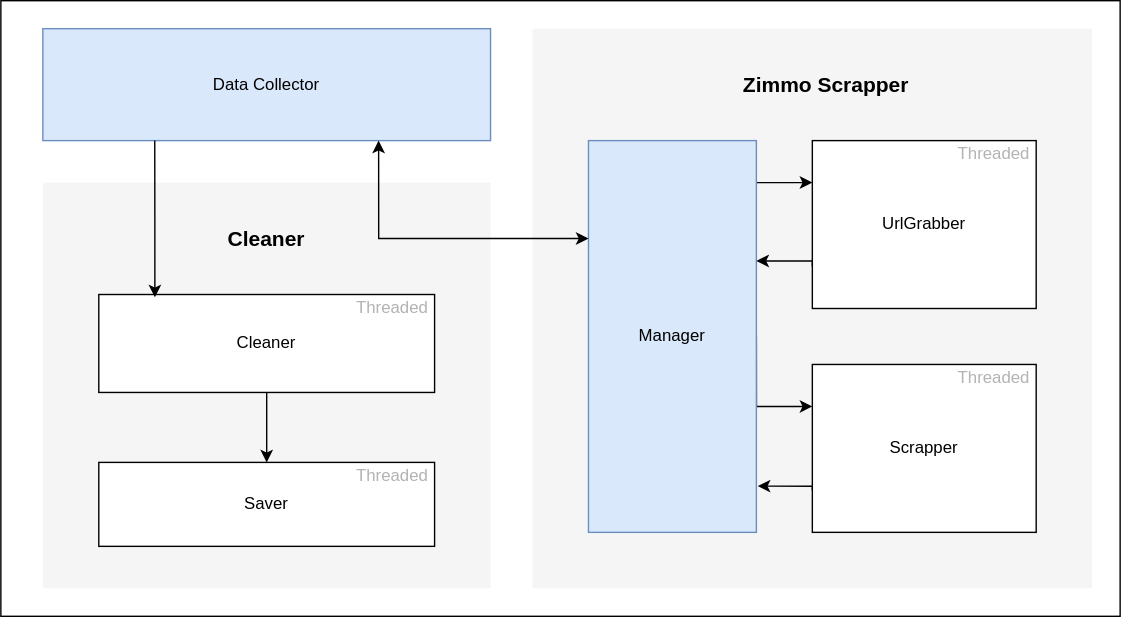
Above: docs/architecture.svg in Joffreybvn/bot-scrape-zimmo (draw.io), before the change. Source tidied: cells renumbered, new cells last; positions are measured from the earlier drawing's top-left corner, leaving out a move shared by most shapes.
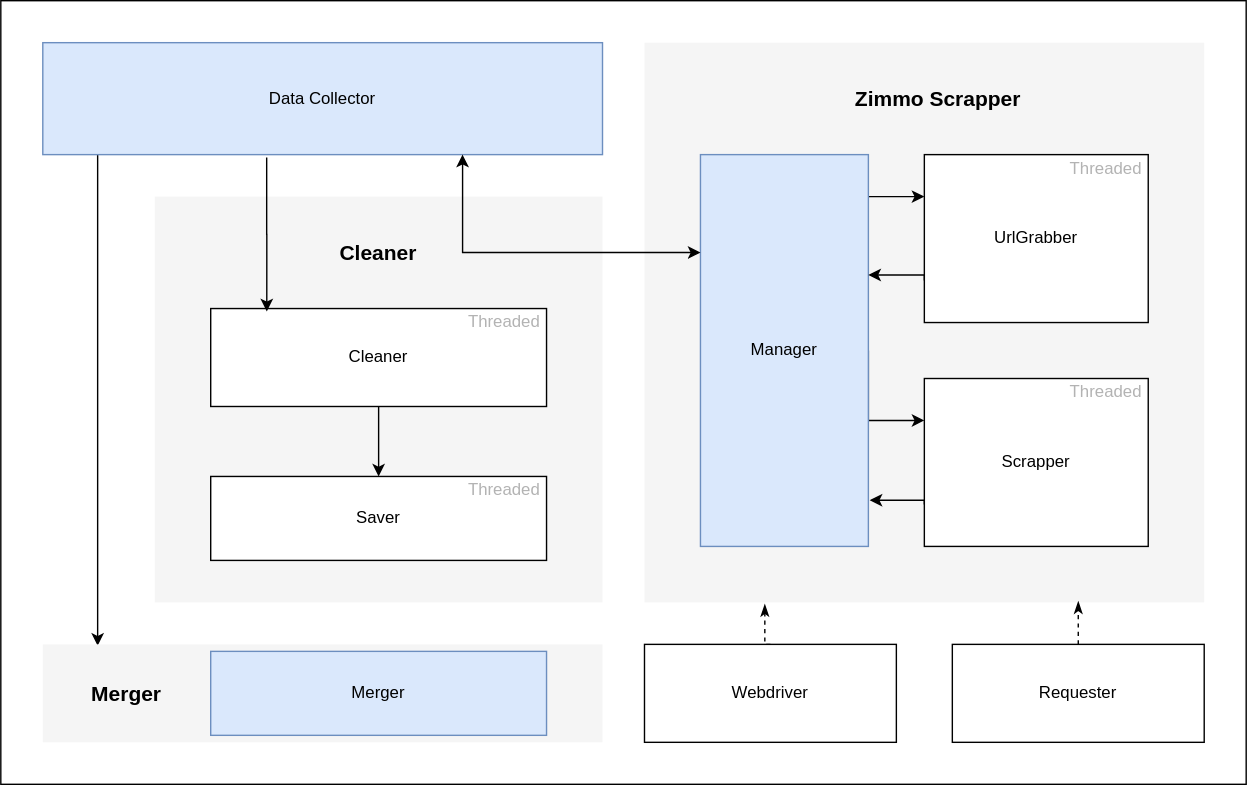
After the change.

Change to the diagram source:
```diff
@@ -3,7 +3,7 @@
     <mxCell id="0" />
     <mxCell id="1" parent="0" />
     <mxCell id="2" style="rounded=0;whiteSpace=wrap;html=1;" parent="1" vertex="1">
-      <mxGeometry width="800" height="440" as="geometry" />
+      <mxGeometry x="-80" y="-10" width="890" height="560" as="geometry" />
     </mxCell>
     <mxCell id="3" style="whiteSpace=wrap;html=1;fillColor=#f5f5f5;fontColor=#333333;strokeColor=none;" parent="1" vertex="1">
       <mxGeometry x="380" y="20" width="400" height="400" as="geometry" />
@@ -64,8 +64,11 @@
     <mxCell id="16" value="&lt;font color=&quot;#b3b3b3&quot;&gt;Threaded&lt;/font&gt;" style="text;html=1;strokeColor=none;fillColor=none;align=center;verticalAlign=middle;whiteSpace=wrap;rounded=0;" parent="1" vertex="1">
       <mxGeometry x="680" y="260" width="60" height="20" as="geometry" />
     </mxCell>
+    <mxCell id="30" style="edgeStyle=orthogonalEdgeStyle;rounded=0;jettySize=auto;html=1;exitX=0.098;exitY=1;exitDx=0;exitDy=0;entryX=0.098;entryY=0.014;entryDx=0;entryDy=0;entryPerimeter=0;exitPerimeter=0;" parent="1" edge="1" source="17" target="35">
+      <mxGeometry relative="1" as="geometry" />
+    </mxCell>
     <mxCell id="17" style="rounded=0;whiteSpace=wrap;html=1;fillColor=#dae8fc;strokeColor=#6c8ebf;" parent="1" vertex="1">
-      <mxGeometry x="30" y="20" width="320" height="80" as="geometry" />
+      <mxGeometry x="-50" y="20" width="400" height="80" as="geometry" />
     </mxCell>
     <mxCell id="18" style="rounded=0;whiteSpace=wrap;html=1;fillColor=#f5f5f5;fontColor=#333333;strokeColor=none;" parent="1" vertex="1">
       <mxGeometry x="30" y="130" width="320" height="290" as="geometry" />
@@ -88,7 +91,7 @@
     <mxCell id="24" value="Saver" style="text;html=1;strokeColor=none;fillColor=none;align=center;verticalAlign=middle;whiteSpace=wrap;rounded=0;" parent="1" vertex="1">
       <mxGeometry x="170" y="350" width="40" height="20" as="geometry" />
     </mxCell>
-    <mxCell id="25" style="edgeStyle=orthogonalEdgeStyle;rounded=0;jettySize=auto;html=1;exitX=0.25;exitY=1;exitDx=0;exitDy=0;entryX=0.167;entryY=0.029;entryDx=0;entryDy=0;entryPerimeter=0;" parent="1" edge="1" source="17" target="21">
+    <mxCell id="25" style="edgeStyle=orthogonalEdgeStyle;rounded=0;jettySize=auto;html=1;exitX=0.4;exitY=1.025;exitDx=0;exitDy=0;entryX=0.167;entryY=0.029;entryDx=0;entryDy=0;entryPerimeter=0;exitPerimeter=0;" parent="1" edge="1" source="17" target="21">
       <mxGeometry relative="1" as="geometry" />
     </mxCell>
     <mxCell id="26" style="edgeStyle=orthogonalEdgeStyle;rounded=0;jettySize=auto;html=1;exitX=0;exitY=0.25;exitDx=0;exitDy=0;entryX=0.75;entryY=1;entryDx=0;entryDy=0;startArrow=classic;startFill=1;" parent="1" edge="1" source="6" target="17">
@@ -101,7 +104,37 @@
       <mxGeometry x="250" y="330" width="60" height="20" as="geometry" />
     </mxCell>
     <mxCell id="29" value="Data Collector" style="text;html=1;strokeColor=none;fillColor=none;align=center;verticalAlign=middle;whiteSpace=wrap;rounded=0;" parent="1" vertex="1">
-      <mxGeometry x="30" y="50" width="320" height="20" as="geometry" />
+      <mxGeometry x="-50" y="50" width="400" height="20" as="geometry" />
     </mxCell>
+    <mxCell id="31" style="edgeStyle=orthogonalEdgeStyle;rounded=0;jettySize=auto;html=1;exitX=0.5;exitY=0;exitDx=0;exitDy=0;entryX=0.215;entryY=1.003;entryDx=0;entryDy=0;entryPerimeter=0;dashed=1;endArrow=classicThin;endFill=1;" parent="1" edge="1" source="32" target="3">
+      <mxGeometry relative="1" as="geometry" />
+    </mxCell>
+    <mxCell id="32" style="rounded=0;whiteSpace=wrap;html=1;" parent="1" vertex="1">
+      <mxGeometry x="380" y="450" width="180" height="70" as="geometry" />
+    </mxCell>
+    <mxCell id="33" style="edgeStyle=orthogonalEdgeStyle;rounded=0;jettySize=auto;html=1;exitX=0.5;exitY=0;exitDx=0;exitDy=0;entryX=0.775;entryY=0.998;entryDx=0;entryDy=0;entryPerimeter=0;dashed=1;endArrow=classicThin;endFill=1;" parent="1" edge="1" source="34" target="3">
+      <mxGeometry relative="1" as="geometry" />
+    </mxCell>
+    <mxCell id="34" style="rounded=0;whiteSpace=wrap;html=1;" parent="1" vertex="1">
+      <mxGeometry x="600" y="450" width="180" height="70" as="geometry" />
+    </mxCell>
+    <mxCell id="35" style="rounded=0;whiteSpace=wrap;html=1;fillColor=#f5f5f5;fontColor=#333333;strokeColor=none;" parent="1" vertex="1">
+      <mxGeometry x="-50" y="450" width="400" height="70" as="geometry" />
+    </mxCell>
+    <mxCell id="36" style="rounded=0;whiteSpace=wrap;html=1;fillColor=#dae8fc;strokeColor=#6c8ebf;" parent="1" vertex="1">
+      <mxGeometry x="70" y="455" width="240" height="60" as="geometry" />
+    </mxCell>
+    <mxCell id="37" value="&lt;font style=&quot;font-size: 15px&quot;&gt;&lt;b&gt;Merger&lt;/b&gt;&lt;/font&gt;" style="text;html=1;strokeColor=none;fillColor=none;align=center;verticalAlign=middle;whiteSpace=wrap;rounded=0;" parent="1" vertex="1">
+      <mxGeometry x="-50" y="475" width="120" height="20" as="geometry" />
+    </mxCell>
+    <mxCell id="38" value="Merger" style="text;html=1;strokeColor=none;fillColor=none;align=center;verticalAlign=middle;whiteSpace=wrap;rounded=0;" parent="1" vertex="1">
+      <mxGeometry x="140" y="475" width="100" height="20" as="geometry" />
+    </mxCell>
+    <mxCell id="39" value="Webdriver" style="text;html=1;strokeColor=none;fillColor=none;align=center;verticalAlign=middle;whiteSpace=wrap;rounded=0;" parent="1" vertex="1">
+      <mxGeometry x="450" y="475" width="40" height="20" as="geometry" />
+    </mxCell>
+    <mxCell id="40" value="Requester" style="text;html=1;strokeColor=none;fillColor=none;align=center;verticalAlign=middle;whiteSpace=wrap;rounded=0;" parent="1" vertex="1">
+      <mxGeometry x="670" y="475" width="40" height="20" as="geometry" />
+    </mxCell>
   </root>
 </mxGraphModel>
```
